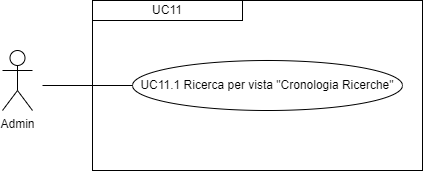
Before: imgs/Uml/UC11.1.png, a diagram exported from draw.io (ShameIRL/farmacode). Source tidied: cells renumbered, new cells last; positions are measured from the earlier drawing's top-left corner, leaving out a move shared by most shapes.
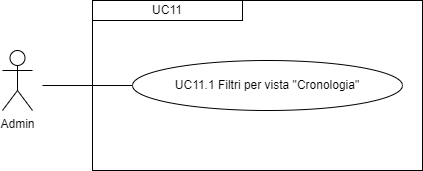
After the commit.

What changed in the source:
```diff
@@ -11,7 +11,7 @@
     <mxCell id="4" value="&lt;div style=&quot;&quot;&gt;UC11&lt;/div&gt;" style="rounded=0;whiteSpace=wrap;html=1;fillColor=none;align=center;" parent="1" vertex="1">
       <mxGeometry x="90" width="150" height="20" as="geometry" />
     </mxCell>
-    <mxCell id="5" value="UC11.1 Ricerca per vista &quot;Cronologia Ricerche&quot;" style="ellipse;whiteSpace=wrap;html=1;" parent="1" vertex="1">
+    <mxCell id="5" value="UC11.1 Filtri per vista &quot;Cronologia&quot;" style="ellipse;whiteSpace=wrap;html=1;" parent="1" vertex="1">
       <mxGeometry x="130" y="60" width="270" height="50" as="geometry" />
     </mxCell>
     <mxCell id="6" style="endArrow=none;html=1;rounded=0;entryX=0;entryY=0.5;entryDx=0;entryDy=0;" parent="1" edge="1" target="5">
```
